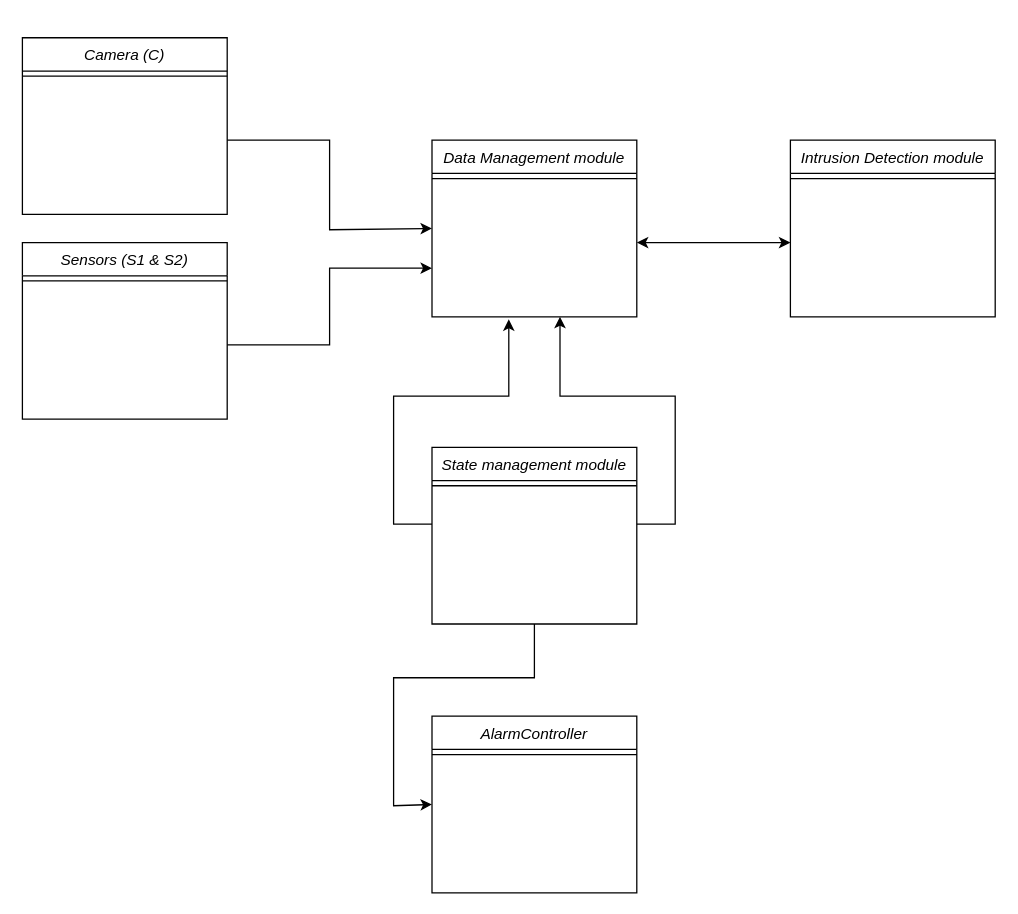
Before: systemArchitecture.drawio in Andreas-Bugge/HW-SW, a draw.io diagram. Source tidied: cells renumbered, new cells numbered last; positions are measured from the earlier drawing's top-left corner, leaving out a move shared by most shapes. Both pictures are drawn from the tidied source at 128%, with x=0, y=0 at pixel (22, 37).
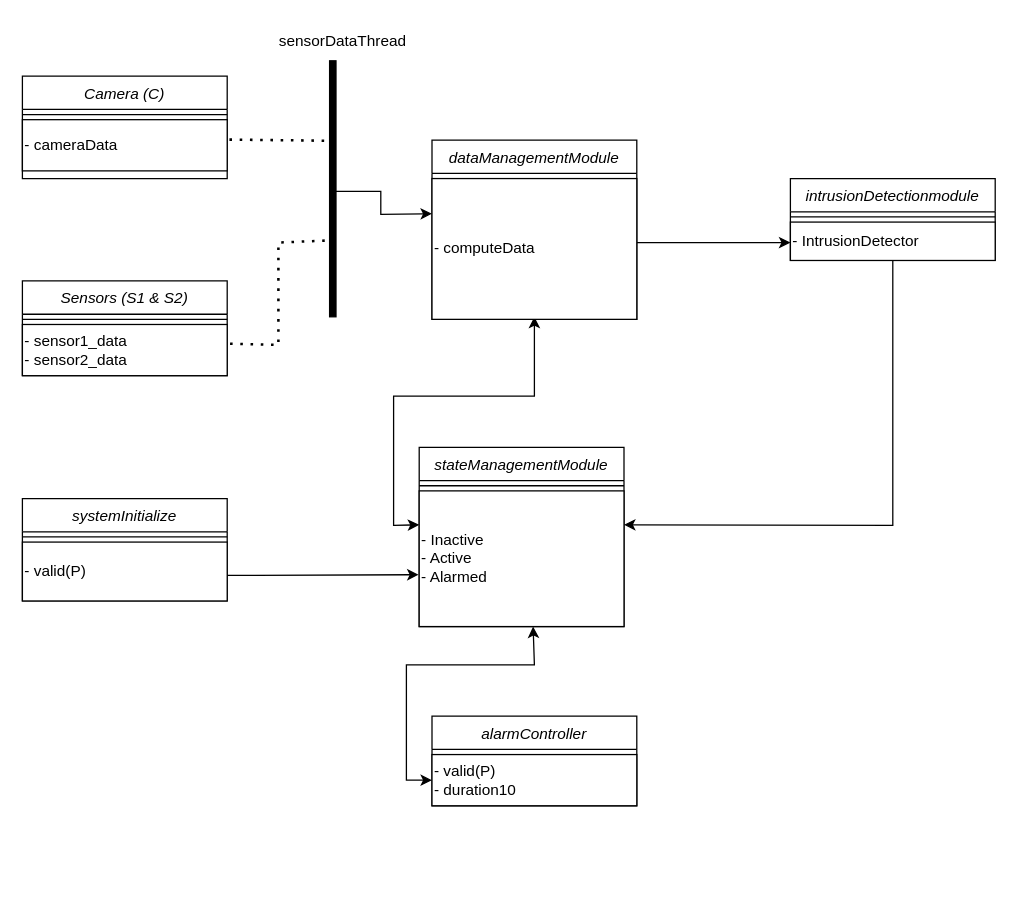
The same diagram, later.

The edit, as a diff of the source:
```diff
@@
     <mxCell id="2" value="Camera (C)" style="swimlane;fontStyle=2;align=center;verticalAlign=top;horizontal=1;startSize=26;rounded=0;shadow=0;strokeWidth=1;" parent="1" vertex="1">
-      <mxGeometry width="160" height="138" as="geometry" />
+      <mxGeometry y="30" width="160" height="80" as="geometry" />
     </mxCell>
@@
+    <mxCell id="20" value="- cameraData" style="whiteSpace=wrap;html=1;align=left;" parent="2" vertex="1">
+      <mxGeometry y="34" width="160" height="40" as="geometry" />
+    </mxCell>
     <mxCell id="4" value="Sensors (S1 &amp; S2)" style="swimlane;fontStyle=2;align=center;verticalAlign=top;horizontal=1;startSize=26;rounded=0;shadow=0;strokeWidth=1;" parent="1" vertex="1">
-      <mxGeometry y="160" width="160" height="138" as="geometry" />
+      <mxGeometry y="190" width="160" height="74" as="geometry" />
     </mxCell>
@@
+    <mxCell id="21" value="- sensor1_data&lt;br&gt;- sensor2_data" style="whiteSpace=wrap;html=1;align=left;" parent="4" vertex="1">
+      <mxGeometry y="34" width="160" height="40" as="geometry" />
+    </mxCell>
-    <mxCell id="6" value="Data Management module" style="swimlane;fontStyle=2;align=center;verticalAlign=top;horizontal=1;startSize=26;rounded=0;shadow=0;strokeWidth=1;" parent="1" vertex="1">
-      <mxGeometry x="320" y="80" width="160" height="138" as="geometry" />
+    <mxCell id="6" value="dataManagementModule" style="swimlane;fontStyle=2;align=center;verticalAlign=top;horizontal=1;startSize=26;rounded=0;shadow=0;strokeWidth=1;" parent="1" vertex="1">
+      <mxGeometry x="320" y="80" width="160" height="140" as="geometry" />
     </mxCell>
@@
-    <mxCell id="8" value="State management module" style="swimlane;fontStyle=2;align=center;verticalAlign=top;horizontal=1;startSize=26;rounded=0;shadow=0;strokeWidth=1;" parent="1" vertex="1">
-      <mxGeometry x="320" y="320" width="160" height="138" as="geometry" />
+    <mxCell id="8" value="stateManagementModule" style="swimlane;fontStyle=2;align=center;verticalAlign=top;horizontal=1;startSize=26;rounded=0;shadow=0;strokeWidth=1;" parent="1" vertex="1">
+      <mxGeometry x="310" y="320" width="160" height="140" as="geometry" />
     </mxCell>
@@
+    <mxCell id="22" value="- Inactive&lt;br&gt;- Active&lt;br&gt;&lt;div style=&quot;&quot;&gt;&lt;span style=&quot;background-color: initial;&quot;&gt;- Alarmed&lt;/span&gt;&lt;/div&gt;" style="whiteSpace=wrap;html=1;align=left;" parent="8" vertex="1">
+      <mxGeometry y="34" width="160" height="106" as="geometry" />
+    </mxCell>
-    <mxCell id="10" value="Intrusion Detection module" style="swimlane;fontStyle=2;align=center;verticalAlign=top;horizontal=1;startSize=26;rounded=0;shadow=0;strokeWidth=1;" parent="1" vertex="1">
-      <mxGeometry x="600" y="80" width="160" height="138" as="geometry" />
+    <mxCell id="10" value="intrusionDetectionmodule" style="swimlane;fontStyle=2;align=center;verticalAlign=top;horizontal=1;startSize=26;rounded=0;shadow=0;strokeWidth=1;" parent="1" vertex="1">
+      <mxGeometry x="600" y="110" width="160" height="64" as="geometry" />
     </mxCell>
@@
+    <mxCell id="23" value="- IntrusionDetector" style="whiteSpace=wrap;html=1;align=left;" parent="10" vertex="1">
+      <mxGeometry y="34" width="160" height="30" as="geometry" />
+    </mxCell>
-    <mxCell id="12" value="AlarmController" style="swimlane;fontStyle=2;align=center;verticalAlign=top;horizontal=1;startSize=26;rounded=0;shadow=0;strokeWidth=1;" parent="1" vertex="1">
-      <mxGeometry x="320" y="530" width="160" height="138" as="geometry" />
+    <mxCell id="12" value="alarmController" style="swimlane;fontStyle=2;align=center;verticalAlign=top;horizontal=1;startSize=26;rounded=0;shadow=0;strokeWidth=1;" parent="1" vertex="1">
+      <mxGeometry x="320" y="530" width="160" height="70" as="geometry" />
     </mxCell>
@@
-    <mxCell id="14" style="endArrow=classic;html=1;rounded=0;entryX=0;entryY=0.5;entryDx=0;entryDy=0;" parent="1" edge="1" target="6">
-      <mxGeometry relative="1" as="geometry">
-        <mxPoint x="160" y="80" as="sourcePoint" />
-        <Array as="points">
-          <mxPoint x="240" y="80" />
-          <mxPoint x="240" y="150" />
-        </Array>
-      </mxGeometry>
-    </mxCell>
-    <mxCell id="15" style="endArrow=classic;html=1;rounded=0;" parent="1" edge="1">
-      <mxGeometry relative="1" as="geometry">
-        <mxPoint x="160" y="240" as="sourcePoint" />
-        <mxPoint x="320" y="180" as="targetPoint" />
-        <Array as="points">
-          <mxPoint x="240" y="240" />
-          <mxPoint x="240" y="180" />
-        </Array>
-      </mxGeometry>
-    </mxCell>
-    <mxCell id="16" style="endArrow=classic;html=1;rounded=0;" parent="1" edge="1">
-      <mxGeometry relative="1" as="geometry">
-        <mxPoint x="480" y="380" as="sourcePoint" />
-        <mxPoint x="420" y="218" as="targetPoint" />
-        <Array as="points">
-          <mxPoint x="510" y="380" />
-          <mxPoint x="510" y="330" />
-          <mxPoint x="510" y="280" />
-          <mxPoint x="420" y="280" />
-        </Array>
-      </mxGeometry>
-    </mxCell>
-    <mxCell id="17" style="endArrow=classic;html=1;rounded=0;" parent="1" edge="1">
-      <mxGeometry relative="1" as="geometry">
-        <mxPoint x="320" y="380" as="sourcePoint" />
-        <mxPoint x="380" y="220" as="targetPoint" />
-        <Array as="points">
-          <mxPoint x="290" y="380" />
-          <mxPoint x="290" y="330" />
-          <mxPoint x="290" y="280" />
-          <mxPoint x="380" y="280" />
-        </Array>
-      </mxGeometry>
-    </mxCell>
-    <mxCell id="18" style="endArrow=classic;html=1;rounded=0;entryX=0;entryY=0.5;entryDx=0;entryDy=0;exitX=0.5;exitY=1;exitDx=0;exitDy=0;" parent="1" edge="1" source="8" target="12">
-      <mxGeometry relative="1" as="geometry">
-        <Array as="points">
-          <mxPoint x="400" y="500" />
-          <mxPoint x="290" y="500" />
-          <mxPoint x="290" y="600" />
-        </Array>
-      </mxGeometry>
-    </mxCell>
-    <mxCell id="19" style="endArrow=classic;startArrow=classic;html=1;rounded=0;" parent="1" edge="1">
-      <mxGeometry relative="1" as="geometry">
-        <mxPoint x="480" y="160" as="sourcePoint" />
-        <mxPoint x="600" y="160" as="targetPoint" />
-      </mxGeometry>
-    </mxCell>
+    <mxCell id="24" style="endArrow=classic;startArrow=classic;html=1;rounded=0;exitX=0;exitY=0.25;exitDx=0;exitDy=0;" parent="1" edge="1" source="22">
+      <mxGeometry relative="1" as="geometry">
+        <mxPoint x="400" y="218" as="targetPoint" />
+        <Array as="points">
+          <mxPoint x="290" y="381" />
+          <mxPoint x="290" y="280" />
+          <mxPoint x="400" y="280" />
+        </Array>
+      </mxGeometry>
+    </mxCell>
+    <mxCell id="25" style="endArrow=classic;html=1;rounded=0;" parent="1" edge="1">
+      <mxGeometry relative="1" as="geometry">
+        <mxPoint x="480" y="160" as="sourcePoint" />
+        <mxPoint x="600" y="160" as="targetPoint" />
+      </mxGeometry>
+    </mxCell>
+    <mxCell id="26" style="endArrow=classic;html=1;rounded=0;entryX=1;entryY=0.25;entryDx=0;entryDy=0;exitX=0.5;exitY=1;exitDx=0;exitDy=0;" parent="1" edge="1" source="10" target="22">
+      <mxGeometry relative="1" as="geometry">
+        <Array as="points">
+          <mxPoint x="680" y="381" />
+        </Array>
+      </mxGeometry>
+    </mxCell>
+    <mxCell id="27" style="endArrow=classic;startArrow=classic;html=1;rounded=0;exitX=0;exitY=0.5;exitDx=0;exitDy=0;" parent="1" edge="1" source="28">
+      <mxGeometry relative="1" as="geometry">
+        <mxPoint x="399" y="460" as="targetPoint" />
+        <Array as="points">
+          <mxPoint x="300" y="580" />
+          <mxPoint x="300" y="560" />
+          <mxPoint x="300" y="490" />
+          <mxPoint x="400" y="490" />
+        </Array>
+      </mxGeometry>
+    </mxCell>
+    <mxCell id="28" value="&lt;div style=&quot;&quot;&gt;&lt;span style=&quot;background-color: initial;&quot;&gt;- valid(P)&lt;/span&gt;&lt;/div&gt;&lt;div style=&quot;&quot;&gt;&lt;span style=&quot;background-color: initial;&quot;&gt;- duration10&lt;/span&gt;&lt;/div&gt;" style="whiteSpace=wrap;html=1;align=left;" parent="1" vertex="1">
+      <mxGeometry x="320" y="560" width="160" height="40" as="geometry" />
+    </mxCell>
+    <mxCell id="29" value="systemInitialize" style="swimlane;fontStyle=2;align=center;verticalAlign=top;horizontal=1;startSize=26;rounded=0;shadow=0;strokeWidth=1;" parent="1" vertex="1">
+      <mxGeometry y="360" width="160" height="80" as="geometry" />
+    </mxCell>
+    <mxCell id="30" style="line;html=1;strokeWidth=1;align=left;verticalAlign=middle;spacingTop=-1;spacingLeft=3;spacingRight=3;labelPosition=right;" parent="29" vertex="1">
+      <mxGeometry y="26" width="160" height="8" as="geometry" />
+    </mxCell>
+    <mxCell id="31" value="- valid(P)" style="whiteSpace=wrap;html=1;align=left;" parent="29" vertex="1">
+      <mxGeometry y="34" width="160" height="46" as="geometry" />
+    </mxCell>
+    <mxCell id="32" style="endArrow=classic;html=1;rounded=0;exitX=1;exitY=0.75;exitDx=0;exitDy=0;entryX=-0.003;entryY=0.618;entryDx=0;entryDy=0;entryPerimeter=0;" parent="1" edge="1" source="29" target="22">
+      <mxGeometry relative="1" as="geometry" />
+    </mxCell>
+    <mxCell id="33" value="- computeData" style="whiteSpace=wrap;html=1;align=left;" parent="1" vertex="1">
+      <mxGeometry x="320" y="110" width="160" height="110" as="geometry" />
+    </mxCell>
+    <mxCell id="34" style="html=1;points=[];perimeter=orthogonalPerimeter;fillColor=strokeColor;" parent="1" vertex="1">
+      <mxGeometry x="240" y="18" width="5" height="200" as="geometry" />
+    </mxCell>
+    <mxCell id="35" value="sensorDataThread" style="text;html=1;align=center;verticalAlign=middle;strokeColor=none;fillColor=none;" parent="1" vertex="1">
+      <mxGeometry x="190" y="-12" width="120" height="30" as="geometry" />
+    </mxCell>
+    <mxCell id="36" style="endArrow=none;dashed=1;html=1;dashPattern=1 3;strokeWidth=2;rounded=0;exitX=1.014;exitY=0.376;exitDx=0;exitDy=0;exitPerimeter=0;entryX=-0.354;entryY=0.702;entryDx=0;entryDy=0;entryPerimeter=0;" parent="1" edge="1" source="21" target="34">
+      <mxGeometry relative="1" as="geometry">
+        <Array as="points">
+          <mxPoint x="200" y="240" />
+          <mxPoint x="200" y="160" />
+        </Array>
+      </mxGeometry>
+    </mxCell>
+    <mxCell id="37" style="endArrow=none;dashed=1;html=1;dashPattern=1 3;strokeWidth=2;rounded=0;exitX=1.011;exitY=0.389;exitDx=0;exitDy=0;exitPerimeter=0;entryX=-0.2;entryY=0.313;entryDx=0;entryDy=0;entryPerimeter=0;" parent="1" edge="1" source="20" target="34">
+      <mxGeometry relative="1" as="geometry">
+        <Array as="points">
+          <mxPoint x="200" y="80" />
+          <mxPoint x="210" y="80" />
+        </Array>
+      </mxGeometry>
+    </mxCell>
+    <mxCell id="38" style="endArrow=classic;html=1;rounded=0;entryX=0;entryY=0.25;entryDx=0;entryDy=0;exitX=0.937;exitY=0.51;exitDx=0;exitDy=0;exitPerimeter=0;" parent="1" edge="1" source="34" target="33">
+      <mxGeometry relative="1" as="geometry">
+        <Array as="points">
+          <mxPoint x="280" y="120" />
+          <mxPoint x="280" y="138" />
+        </Array>
+      </mxGeometry>
+    </mxCell>
```
